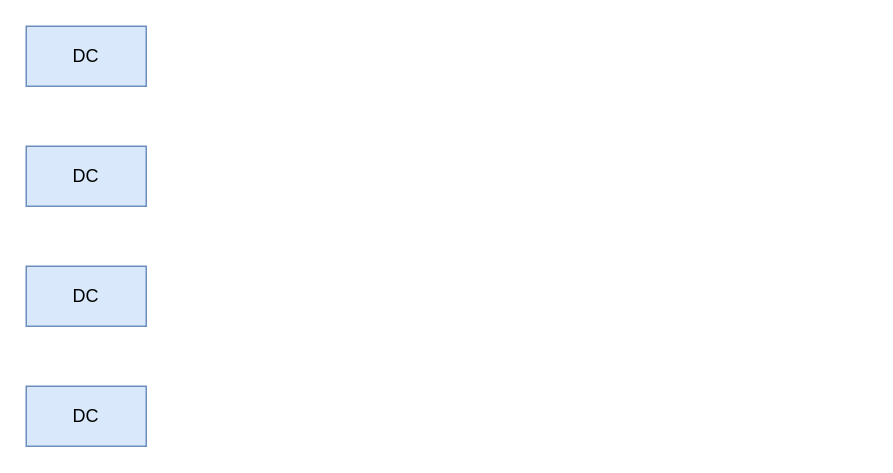
Above: TC2LINK/FourDC_MultiPort.drawio in BEYHHH/SBLP (draw.io), before the change. Source tidied: cells renumbered, new cells numbered last; positions are measured from the earlier drawing's top-left corner, leaving out a move shared by most shapes. Both pictures are drawn from the tidied source at 150%, with x=0, y=0 at pixel (26, 26).
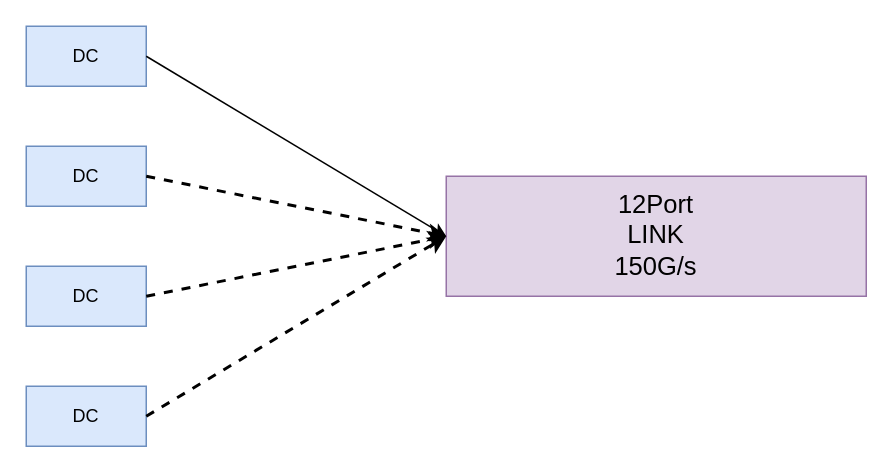
After the change.

Diff of the diagram source:
```diff
@@
 <mxGraphModel>
   <root>
     <mxCell id="0" />
     <mxCell id="1" parent="0" />
     <mxCell id="2" value="DC" style="rounded=0;whiteSpace=wrap;html=1;fillColor=#dae8fc;strokeColor=#6c8ebf;" parent="1" vertex="1">
       <mxGeometry width="80" height="40" as="geometry" />
     </mxCell>
     <mxCell id="3" value="DC" style="rounded=0;whiteSpace=wrap;html=1;fillColor=#dae8fc;strokeColor=#6c8ebf;" parent="1" vertex="1">
       <mxGeometry y="80" width="80" height="40" as="geometry" />
     </mxCell>
     <mxCell id="4" value="DC" style="rounded=0;whiteSpace=wrap;html=1;fillColor=#dae8fc;strokeColor=#6c8ebf;" parent="1" vertex="1">
       <mxGeometry y="240" width="80" height="40" as="geometry" />
     </mxCell>
     <mxCell id="5" value="DC" style="rounded=0;whiteSpace=wrap;html=1;fillColor=#dae8fc;strokeColor=#6c8ebf;" parent="1" vertex="1">
       <mxGeometry y="160" width="80" height="40" as="geometry" />
     </mxCell>
+    <mxCell id="6" value="&lt;font style=&quot;font-size: 17px;&quot;&gt;12Port&lt;br&gt;LINK&lt;br&gt;150G/s&lt;/font&gt;" style="rounded=0;whiteSpace=wrap;html=1;fillColor=#e1d5e7;strokeColor=#9673a6;" parent="1" vertex="1">
+      <mxGeometry x="280" y="100" width="280" height="80" as="geometry" />
+    </mxCell>
+    <mxCell id="7" style="endArrow=classic;html=1;rounded=0;exitX=1;exitY=0.5;exitDx=0;exitDy=0;entryX=0;entryY=0.5;entryDx=0;entryDy=0;" parent="1" edge="1" source="2" target="6">
+      <mxGeometry relative="1" as="geometry" />
+    </mxCell>
+    <mxCell id="8" style="endArrow=classic;html=1;rounded=0;exitX=1;exitY=0.5;exitDx=0;exitDy=0;entryX=0;entryY=0.5;entryDx=0;entryDy=0;dashed=1;strokeWidth=2;" parent="1" edge="1" source="3" target="6">
+      <mxGeometry relative="1" as="geometry" />
+    </mxCell>
+    <mxCell id="9" style="endArrow=classic;html=1;rounded=0;exitX=1;exitY=0.5;exitDx=0;exitDy=0;entryX=0;entryY=0.5;entryDx=0;entryDy=0;dashed=1;strokeWidth=2;" parent="1" edge="1" source="5" target="6">
+      <mxGeometry relative="1" as="geometry" />
+    </mxCell>
+    <mxCell id="10" style="endArrow=classic;html=1;rounded=0;exitX=1;exitY=0.5;exitDx=0;exitDy=0;entryX=0;entryY=0.5;entryDx=0;entryDy=0;dashed=1;strokeWidth=2;" parent="1" edge="1" source="4" target="6">
+      <mxGeometry relative="1" as="geometry" />
+    </mxCell>
   </root>
 </mxGraphModel>
```
